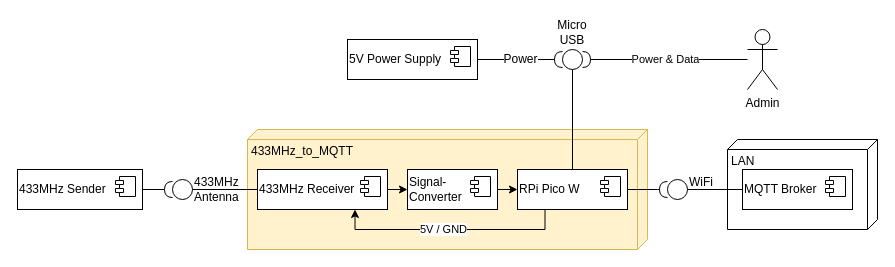
Earlier version of the draw.io diagram doc/source/context_diagram.drawio (erichstuder/433MHz_to_MQTT). Source tidied: cells renumbered, new cells numbered last; positions are measured from the earlier drawing's top-left corner, leaving out a move shared by most shapes. Both pictures are drawn from the tidied source at 100%, with x=0, y=0 at pixel (17, 29).
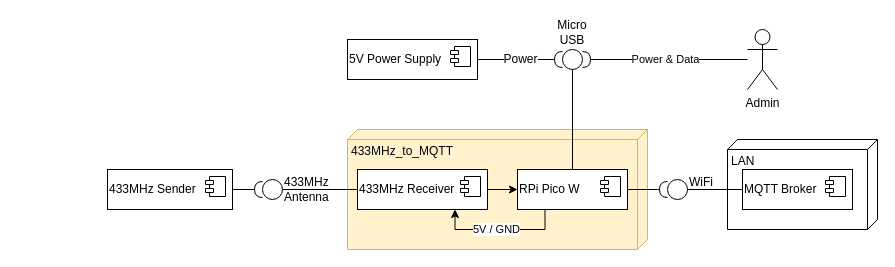
The same page after the edit.

Commit message (it also covers changes not shown here):
doc: remove obsolete signal converter between 433MHz Receiver and RPi

The change refers to these unchanged cells:
```xml
<mxCell id="12" value="RPi Pico W" style="html=1;whiteSpace=wrap;align=left;fontFamily=Helvetica;fontSize=12;" parent="1" vertex="1">
  <mxGeometry x="500" y="140" width="110" height="40" as="geometry" />
</mxCell>
```

What changed in the source:
```diff
@@
     <mxCell id="2" value="433MHz_to_MQTT" style="verticalAlign=top;align=left;spacingTop=8;spacingLeft=2;spacingRight=12;shape=cube;size=10;direction=south;fontStyle=0;html=1;rounded=0;shadow=0;comic=0;labelBackgroundColor=none;strokeWidth=1;fontFamily=Helvetica;fontSize=12;fillColor=#fff2cc;strokeColor=#d6b656;" parent="1" vertex="1">
-      <mxGeometry x="230" y="100" width="400" height="120" as="geometry" />
+      <mxGeometry x="330" y="100" width="300" height="120" as="geometry" />
     </mxCell>
@@
     <mxCell id="7" value="&lt;font style=&quot;font-size: 12px;&quot;&gt;433MHz Antenna&lt;/font&gt;" style="ellipse;whiteSpace=wrap;html=1;rounded=0;shadow=0;comic=0;labelBackgroundColor=none;strokeWidth=1;fontFamily=Helvetica;fontSize=12;align=left;direction=west;verticalAlign=middle;labelPosition=right;verticalLabelPosition=middle;" parent="1" vertex="1">
-      <mxGeometry x="155" y="150" width="20" height="20" as="geometry" />
+      <mxGeometry x="245" y="150" width="20" height="20" as="geometry" />
     </mxCell>
@@
-    <mxCell id="14" style="edgeStyle=orthogonalEdgeStyle;rounded=0;jettySize=auto;html=1;exitX=1;exitY=0.5;exitDx=0;exitDy=0;entryX=0;entryY=0.5;entryDx=0;entryDy=0;endArrow=classic;endFill=1;fontFamily=Helvetica;fontSize=12;" parent="1" edge="1" source="15" target="18">
+    <mxCell id="14" style="edgeStyle=orthogonalEdgeStyle;rounded=0;jettySize=auto;html=1;exitX=1;exitY=0.5;exitDx=0;exitDy=0;entryX=0;entryY=0.5;entryDx=0;entryDy=0;endArrow=classic;endFill=1;fontFamily=Helvetica;fontSize=12;" parent="1" edge="1" source="15" target="12">
       <mxGeometry relative="1" as="geometry" />
     </mxCell>
     <mxCell id="15" value="&lt;span style=&quot;text-wrap: nowrap; font-size: 12px;&quot;&gt;433MHz Receiver&lt;/span&gt;" style="html=1;whiteSpace=wrap;align=left;fontFamily=Helvetica;fontSize=12;" parent="1" vertex="1">
-      <mxGeometry x="240" y="140" width="130" height="40" as="geometry" />
+      <mxGeometry x="340" y="140" width="130" height="40" as="geometry" />
     </mxCell>
@@
-    <mxCell id="17" style="edgeStyle=orthogonalEdgeStyle;rounded=0;jettySize=auto;html=1;exitX=1;exitY=0.5;exitDx=0;exitDy=0;entryX=0;entryY=0.5;entryDx=0;entryDy=0;endArrow=classic;endFill=1;fontFamily=Helvetica;fontSize=12;" parent="1" edge="1" source="18" target="12">
-      <mxGeometry relative="1" as="geometry" />
-    </mxCell>
-    <mxCell id="18" value="&lt;div style=&quot;font-size: 12px;&quot;&gt;Signal-&lt;/div&gt;&lt;div style=&quot;font-size: 12px;&quot;&gt;Converter&lt;/div&gt;" style="html=1;whiteSpace=wrap;align=left;fontFamily=Helvetica;fontSize=12;" parent="1" vertex="1">
-      <mxGeometry x="390" y="140" width="90" height="40" as="geometry" />
-    </mxCell>
-    <mxCell id="19" style="shape=module;jettyWidth=8;jettyHeight=4;fontFamily=Helvetica;fontSize=12;" parent="18" vertex="1">
-      <mxGeometry x="1" width="20" height="20" relative="1" as="geometry">
-        <mxPoint x="-27" y="7" as="offset" />
-      </mxGeometry>
-    </mxCell>
@@
     <mxCell id="22" value="&lt;span style=&quot;text-wrap: nowrap; font-size: 12px;&quot;&gt;433MHz Sender&lt;/span&gt;" style="html=1;whiteSpace=wrap;align=left;fontFamily=Helvetica;fontSize=12;" parent="1" vertex="1">
-      <mxGeometry y="140" width="125" height="40" as="geometry" />
+      <mxGeometry x="90" y="140" width="125" height="40" as="geometry" />
     </mxCell>
```
